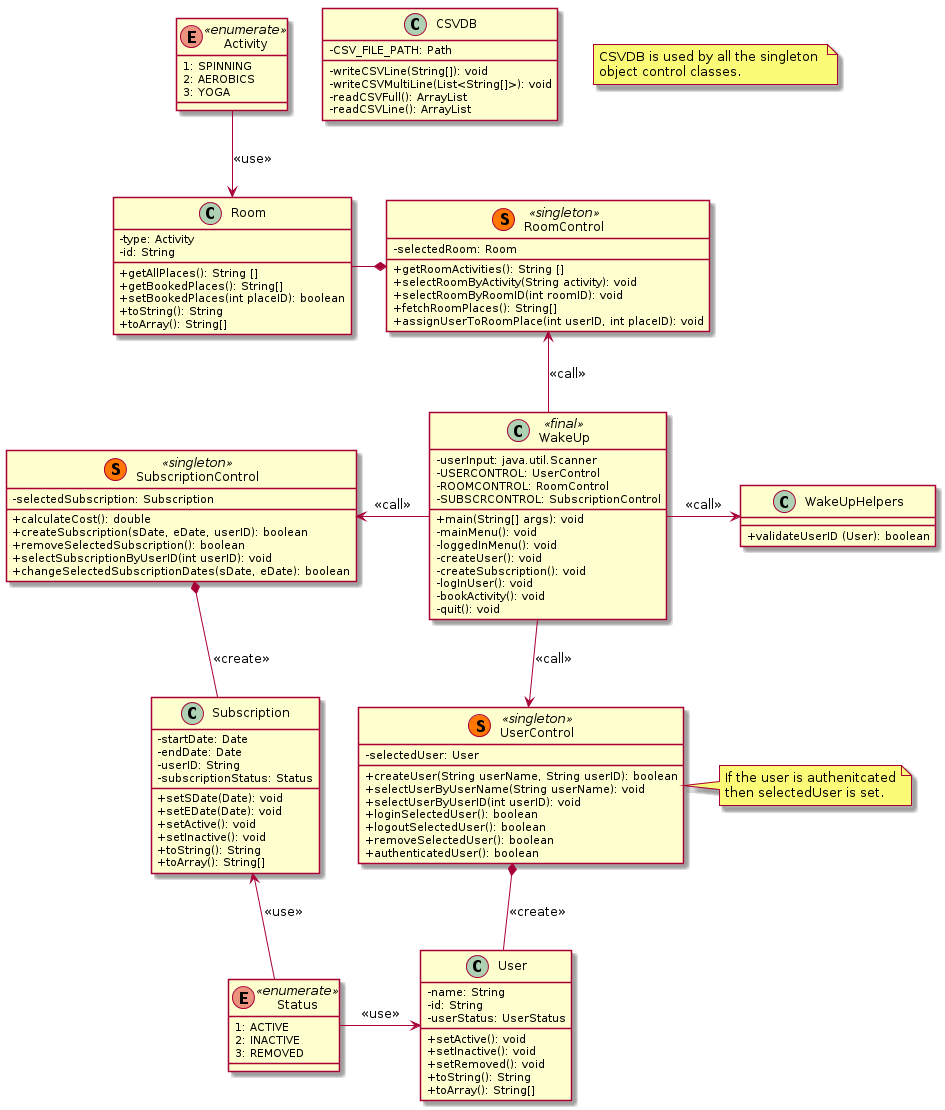
Earlier version of the PlantUML export UML_A2.png (weleoka/A02_u01).
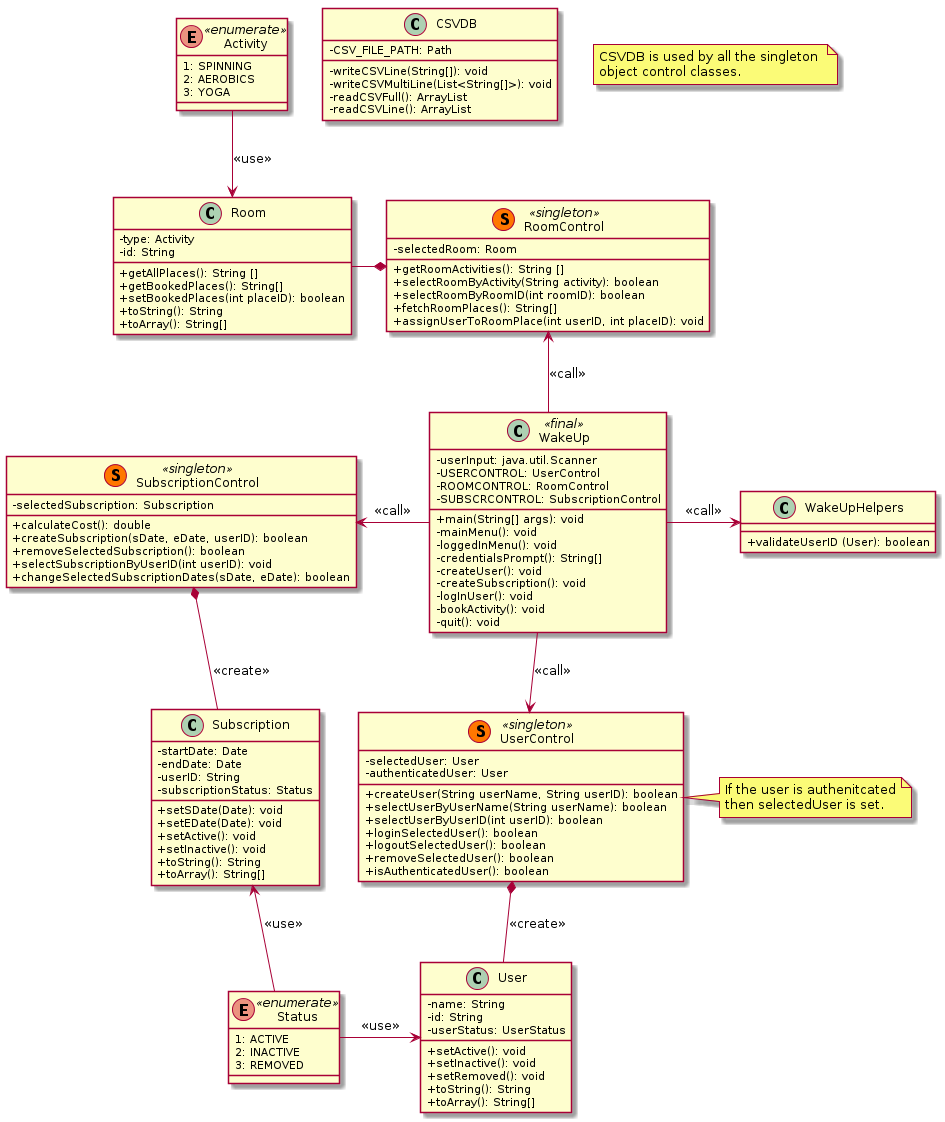
After the commit.

Diff of the diagram source:
```diff
@@ -12,6 +12,7 @@
     + main(String[] args): void
     - mainMenu(): void
     - loggedInMenu(): void
+    - credentialsPrompt(): String[]
     - createUser(): void
     - createSubscription(): void
     - logInUser(): void
@@ -33,8 +34,8 @@
 class RoomControl <<(S, #FF7700) singleton>> {
     - selectedRoom: Room
     + getRoomActivities(): String []
-    + selectRoomByActivity(String activity): void
-    + selectRoomByRoomID(int roomID): void
+    + selectRoomByActivity(String activity): boolean
+    + selectRoomByRoomID(int roomID): boolean
     + fetchRoomPlaces(): String[]
     + assignUserToRoomPlace(int userID, int placeID): void
 }
@@ -57,13 +58,14 @@
 
 class UserControl <<(S, #FF7700) singleton>> {
     - selectedUser: User
+    - authenticatedUser: User
     + createUser(String userName, String userID): boolean
-    + selectUserByUserName(String userName): void
-    + selectUserByUserID(int userID): void
+    + selectUserByUserName(String userName): boolean
+    + selectUserByUserID(int userID): boolean
     + loginSelectedUser(): boolean
     + logoutSelectedUser(): boolean
     + removeSelectedUser(): boolean
-    + authenticatedUser(): boolean
+    + isAuthenticatedUser(): boolean
 }
 class User {
     - name: String
```
